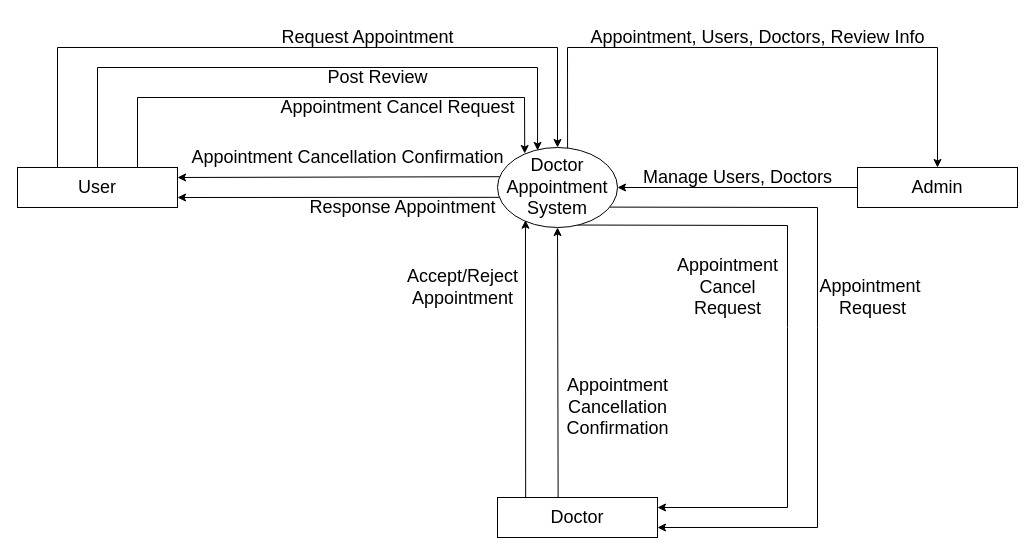
Earlier version of the draw.io diagram level0dfd.dio (dipeshs13/diagram). Source tidied: cells renumbered, new cells numbered last; positions are measured from the earlier drawing's top-left corner, leaving out a move shared by most shapes. Both pictures are drawn from the tidied source at 100%, with x=0, y=0 at pixel (17, 17).
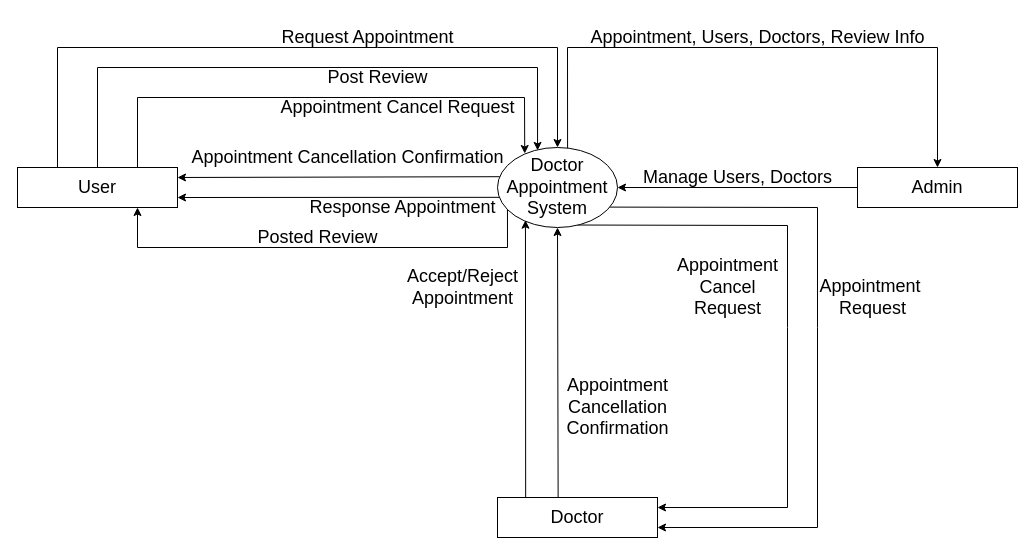
The same page after the edit.

The change refers to these unchanged cells:
```xml
<mxCell id="7" value="&lt;font style=&quot;font-size: 18px;&quot;&gt;Doctor&lt;br&gt;Appointment&lt;br&gt;System&lt;/font&gt;" style="ellipse;whiteSpace=wrap;html=1;" parent="1" vertex="1">
  <mxGeometry x="480" y="130" width="120" height="80" as="geometry" />
</mxCell>
<mxCell id="11" value="User" style="rounded=0;whiteSpace=wrap;html=1;fontSize=18;" parent="1" vertex="1">
  <mxGeometry y="150" width="160" height="40" as="geometry" />
</mxCell>
```

Change to the diagram source:
```diff
@@
+    <mxCell id="28" style="edgeStyle=none;html=1;exitX=0.083;exitY=0.768;exitDx=0;exitDy=0;entryX=0.75;entryY=1;entryDx=0;entryDy=0;rounded=0;exitPerimeter=0;" parent="1" edge="1" source="7" target="11">
+      <mxGeometry relative="1" as="geometry">
+        <Array as="points">
+          <mxPoint x="490" y="230" />
+          <mxPoint x="120" y="230" />
+        </Array>
+      </mxGeometry>
+    </mxCell>
@@
+    <mxCell id="29" value="Posted Review" style="text;html=1;align=center;verticalAlign=middle;strokeColor=none;fillColor=none;fontSize=18;" parent="1" vertex="1">
+      <mxGeometry x="230" y="200" width="140" height="40" as="geometry" />
+    </mxCell>
```
